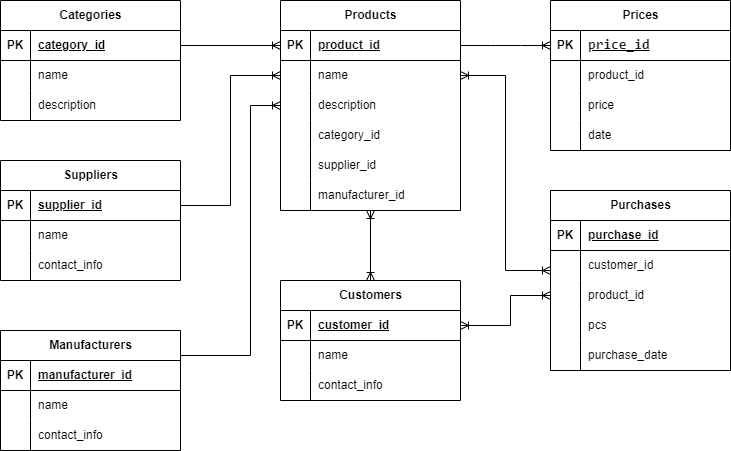
Before: Структура БД.png, a diagram exported from draw.io (dvlonkin/database_otus). Source tidied: cells renumbered, new cells last; positions are measured from the earlier drawing's top-left corner, leaving out a move shared by most shapes.
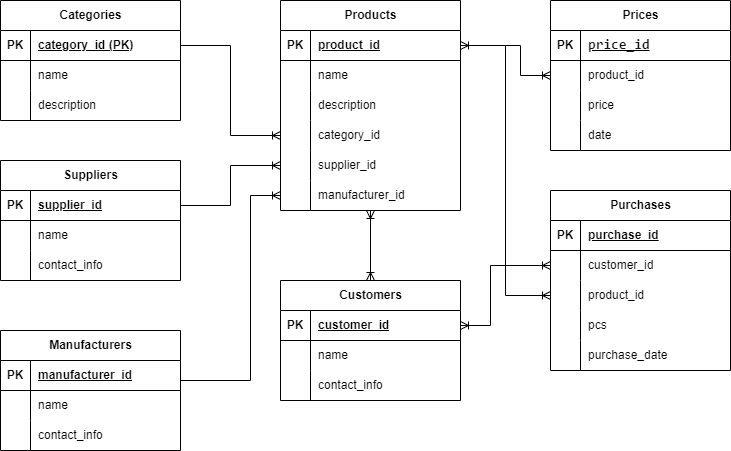
After the change.

Change to the diagram source:
```diff
@@ -14,7 +14,7 @@
     <mxCell id="5" value="PK" style="shape=partialRectangle;fillColor=none;top=0;left=0;bottom=0;right=0;fontStyle=1;overflow=hidden;whiteSpace=wrap;html=1;" parent="4" vertex="1">
       <mxGeometry width="30" height="30" as="geometry" />
     </mxCell>
-    <mxCell id="6" value="category_id" style="shape=partialRectangle;fillColor=none;top=0;left=0;bottom=0;right=0;align=left;spacingLeft=6;fontStyle=5;overflow=hidden;whiteSpace=wrap;html=1;" parent="4" vertex="1">
+    <mxCell id="6" value="category_id (PK)" style="shape=partialRectangle;fillColor=none;top=0;left=0;bottom=0;right=0;align=left;spacingLeft=6;fontStyle=5;overflow=hidden;whiteSpace=wrap;html=1;" parent="4" vertex="1">
       <mxGeometry x="30" width="150" height="30" as="geometry" />
     </mxCell>
     <mxCell id="7" style="shape=tableRow;horizontal=0;startSize=0;swimlaneHead=0;swimlaneBody=0;fillColor=none;top=0;left=0;right=0;bottom=0;" parent="3" vertex="1">
@@ -278,39 +278,39 @@
     <mxCell id="93" value="purchase_date" style="shape=partialRectangle;fillColor=none;top=0;left=0;bottom=0;right=0;align=left;spacingLeft=6;overflow=hidden;whiteSpace=wrap;html=1;" parent="91" vertex="1">
       <mxGeometry x="30" width="150" height="30" as="geometry" />
     </mxCell>
-    <mxCell id="94" style="edgeStyle=entityRelationEdgeStyle;fontSize=12;html=1;endArrow=ERoneToMany;rounded=0;exitX=1;exitY=0.5;exitDx=0;exitDy=0;entryX=0;entryY=0.5;entryDx=0;entryDy=0;endFill=0;" parent="1" edge="1" source="15" target="35">
-      <mxGeometry relative="1" as="geometry" />
+    <mxCell id="94" style="edgeStyle=orthogonalEdgeStyle;fontSize=12;html=1;endArrow=ERoneToMany;rounded=0;exitX=1;exitY=0.5;exitDx=0;exitDy=0;entryX=0;entryY=0.5;entryDx=0;entryDy=0;endFill=0;" parent="1" edge="1" source="15" target="38">
+      <mxGeometry relative="1" as="geometry">
+        <Array as="points">
+          <mxPoint x="520" y="45" />
+          <mxPoint x="520" y="75" />
+        </Array>
+      </mxGeometry>
     </mxCell>
-    <mxCell id="95" style="edgeStyle=orthogonalEdgeStyle;fontSize=12;html=1;endArrow=ERoneToMany;rounded=0;exitX=1;exitY=0.5;exitDx=0;exitDy=0;endFill=0;startArrow=ERoneToMany;startFill=0;" parent="1" edge="1" source="18">
-      <mxGeometry relative="1" as="geometry">
-        <mxPoint x="550" y="270" as="targetPoint" />
-        <Array as="points">
-          <mxPoint x="505" y="75" />
-          <mxPoint x="505" y="270" />
-        </Array>
-      </mxGeometry>
+    <mxCell id="95" style="edgeStyle=orthogonalEdgeStyle;fontSize=12;html=1;endArrow=ERoneToMany;rounded=0;exitX=1;exitY=0.5;exitDx=0;exitDy=0;entryX=0;entryY=0.5;entryDx=0;entryDy=0;endFill=0;startArrow=ERoneToMany;startFill=0;" parent="1" edge="1" source="15" target="85">
+      <mxGeometry relative="1" as="geometry" />
     </mxCell>
-    <mxCell id="96" style="edgeStyle=orthogonalEdgeStyle;rounded=0;jettySize=auto;html=1;exitX=1;exitY=0.5;exitDx=0;exitDy=0;entryX=0;entryY=0.5;entryDx=0;entryDy=0;endArrow=ERoneToMany;endFill=0;" parent="1" edge="1" source="4" target="15">
+    <mxCell id="96" style="edgeStyle=orthogonalEdgeStyle;rounded=0;jettySize=auto;html=1;exitX=1;exitY=0.5;exitDx=0;exitDy=0;entryX=0;entryY=0.5;entryDx=0;entryDy=0;endArrow=ERoneToMany;endFill=0;" parent="1" edge="1" source="4" target="24">
       <mxGeometry relative="1" as="geometry" />
     </mxCell>
-    <mxCell id="97" style="edgeStyle=orthogonalEdgeStyle;rounded=0;jettySize=auto;html=1;exitX=1;exitY=0.5;exitDx=0;exitDy=0;entryX=0;entryY=0.5;entryDx=0;entryDy=0;endArrow=ERoneToMany;endFill=0;" parent="1" edge="1" source="48" target="18">
+    <mxCell id="97" style="edgeStyle=orthogonalEdgeStyle;rounded=0;jettySize=auto;html=1;exitX=1;exitY=0.5;exitDx=0;exitDy=0;entryX=0;entryY=0.5;entryDx=0;entryDy=0;endArrow=ERoneToMany;endFill=0;" parent="1" edge="1" source="48" target="27">
       <mxGeometry relative="1" as="geometry" />
     </mxCell>
-    <mxCell id="98" style="edgeStyle=orthogonalEdgeStyle;rounded=0;jettySize=auto;html=1;exitX=1;exitY=0.5;exitDx=0;exitDy=0;entryX=0;entryY=0.5;entryDx=0;entryDy=0;endArrow=ERoneToMany;endFill=0;" parent="1" edge="1" source="58" target="21">
+    <mxCell id="98" style="edgeStyle=orthogonalEdgeStyle;rounded=0;jettySize=auto;html=1;exitX=1;exitY=0.5;exitDx=0;exitDy=0;entryX=0;entryY=0.5;entryDx=0;entryDy=0;endArrow=ERoneToMany;endFill=0;" parent="1" edge="1" source="58" target="30">
       <mxGeometry relative="1" as="geometry">
         <Array as="points">
-          <mxPoint x="250" y="355" />
-          <mxPoint x="250" y="105" />
+          <mxPoint x="180" y="380" />
+          <mxPoint x="250" y="380" />
+          <mxPoint x="250" y="195" />
         </Array>
       </mxGeometry>
     </mxCell>
-    <mxCell id="99" style="edgeStyle=orthogonalEdgeStyle;rounded=0;jettySize=auto;html=1;exitX=1;exitY=0.5;exitDx=0;exitDy=0;entryX=0;entryY=0.5;entryDx=0;entryDy=0;endArrow=ERoneToMany;endFill=0;startArrow=ERoneToMany;startFill=0;" parent="1" edge="1" source="69" target="85">
-      <mxGeometry relative="1" as="geometry">
-        <Array as="points">
-          <mxPoint x="510" y="325" />
-          <mxPoint x="510" y="295" />
-        </Array>
-      </mxGeometry>
-    </mxCell>
+    <mxCell id="100" style="edgeStyle=orthogonalEdgeStyle;rounded=0;jettySize=auto;html=1;exitX=1;exitY=0.5;exitDx=0;exitDy=0;entryX=0;entryY=0.5;entryDx=0;entryDy=0;endArrow=ERoneToMany;endFill=0;startArrow=ERoneToMany;startFill=0;" parent="1" edge="1" source="69" target="82">
+      <mxGeometry relative="1" as="geometry">
+        <Array as="points">
+          <mxPoint x="490" y="325" />
+          <mxPoint x="490" y="265" />
+        </Array>
+      </mxGeometry>
+    </mxCell>
   </root>
 </mxGraphModel>
```
